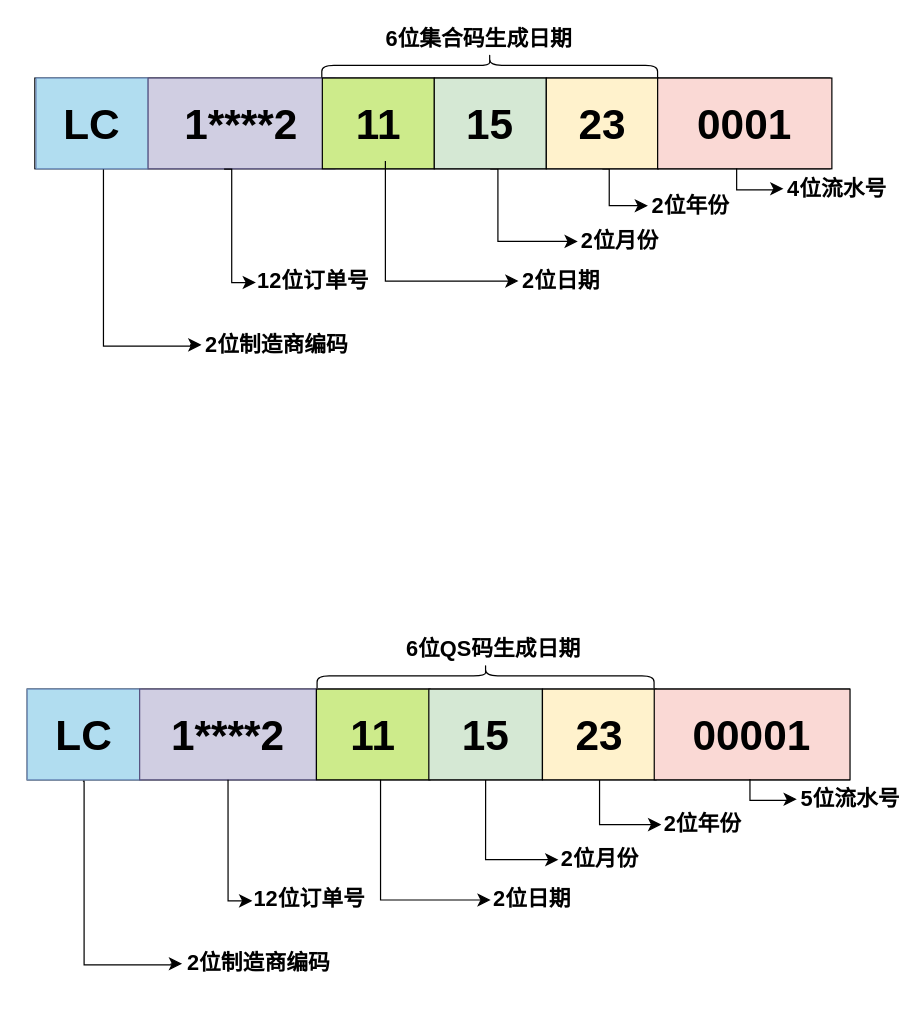
Earlier version of the draw.io diagram QS码.drawio (sjxbg/xmindfile). Source tidied: cells renumbered, new cells numbered last; positions are measured from the earlier drawing's top-left corner, leaving out a move shared by most shapes. Both pictures are drawn from the tidied source at 121%, with x=0, y=0 at pixel (21, -103).
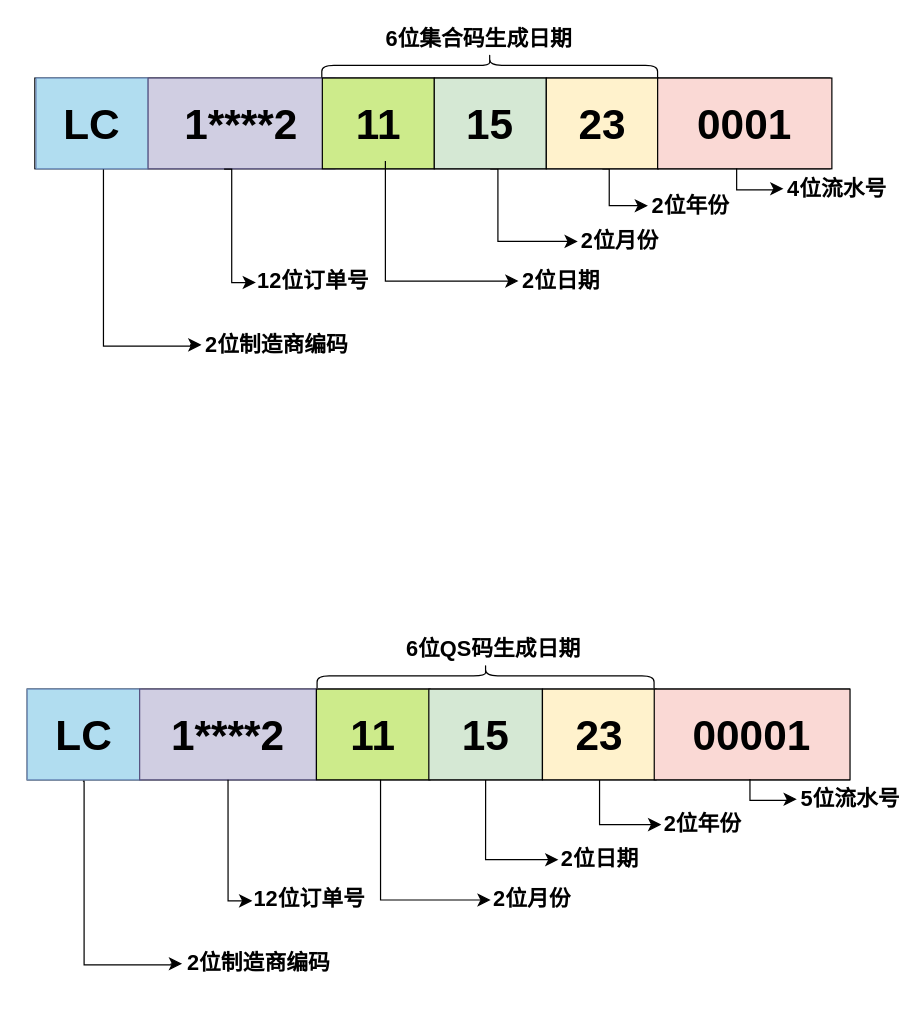
Above is the later version.

Diff of the diagram source:
```diff
@@
-    <mxCell id="15" value="2位月份" style="text;strokeColor=none;fillColor=none;html=1;fontSize=18;fontStyle=1;verticalAlign=middle;align=center;" parent="1" vertex="1">
+    <mxCell id="15" value="2位日期" style="text;strokeColor=none;fillColor=none;html=1;fontSize=18;fontStyle=1;verticalAlign=middle;align=center;" parent="1" vertex="1">
       <mxGeometry x="444" y="780" width="68" height="30" as="geometry" />
     </mxCell>
@@
-    <mxCell id="19" value="2位日期" style="text;strokeColor=none;fillColor=none;html=1;fontSize=18;fontStyle=1;verticalAlign=middle;align=center;" parent="1" vertex="1">
+    <mxCell id="19" value="2位月份" style="text;strokeColor=none;fillColor=none;html=1;fontSize=18;fontStyle=1;verticalAlign=middle;align=center;" parent="1" vertex="1">
       <mxGeometry x="388" y="813.3" width="68" height="30" as="geometry" />
     </mxCell>
```
